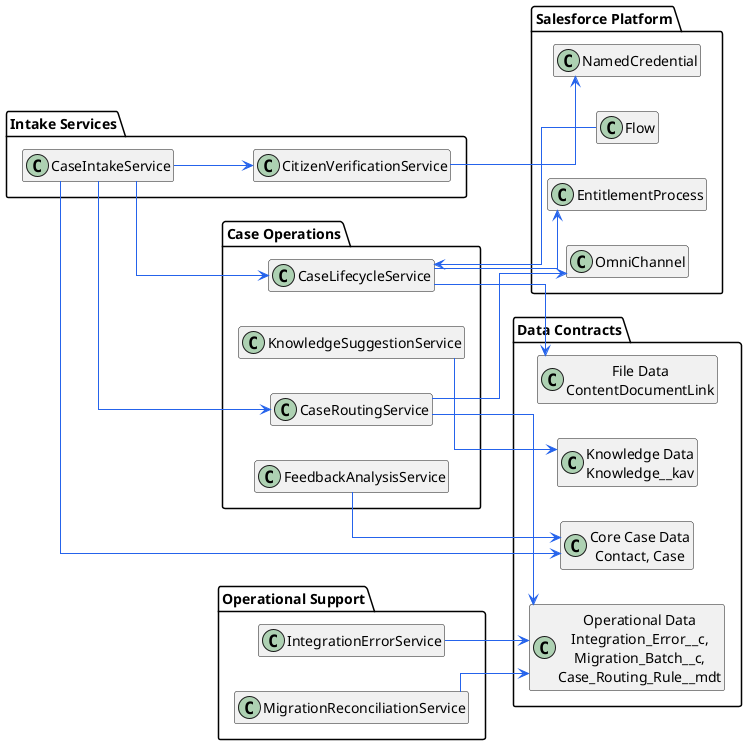
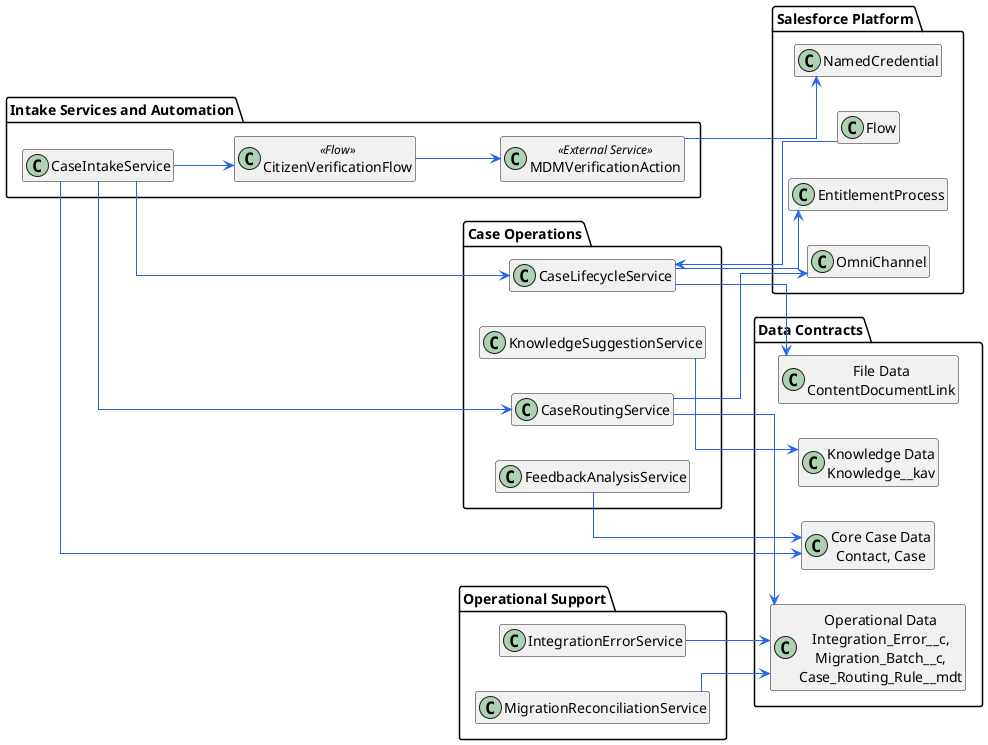
@startuml
left to right direction
skinparam classAttributeIconSize 0
skinparam linetype ortho
skinparam ArrowColor #2563EB
hide empty members

- package "Intake Services" {
+ package "Intake Services and Automation" {
  class CaseIntakeService
-   class CitizenVerificationService
+   class CitizenVerificationFlow <<Flow>>
+   class MDMVerificationAction <<External Service>>
}

package "Case Operations" {
  class CaseRoutingService
  class CaseLifecycleService
  class FeedbackAnalysisService
  class KnowledgeSuggestionService
}

package "Operational Support" {
  class IntegrationErrorService
  class MigrationReconciliationService
}

package "Salesforce Platform" {
  class Flow
  class OmniChannel
  class EntitlementProcess
  class NamedCredential
}

package "Data Contracts" {
  class "Core Case Data\nContact, Case" as CoreCaseData
  class "Knowledge Data\nKnowledge__kav" as KnowledgeData
  class "File Data\nContentDocumentLink" as FileData
  class "Operational Data\nIntegration_Error__c,\nMigration_Batch__c,\nCase_Routing_Rule__mdt" as OperationalData
}

- CaseIntakeService --> CitizenVerificationService
+ CaseIntakeService --> CitizenVerificationFlow
+ CitizenVerificationFlow --> MDMVerificationAction
CaseIntakeService --> CaseRoutingService
CaseIntakeService --> CaseLifecycleService
CaseIntakeService --> CoreCaseData

CaseRoutingService --> OmniChannel
CaseRoutingService --> OperationalData
CaseLifecycleService --> EntitlementProcess
CaseLifecycleService --> FileData
FeedbackAnalysisService --> CoreCaseData
KnowledgeSuggestionService --> KnowledgeData

- CitizenVerificationService --> NamedCredential
+ MDMVerificationAction --> NamedCredential
IntegrationErrorService --> OperationalData
MigrationReconciliationService --> OperationalData
Flow --> CaseLifecycleService

@enduml
